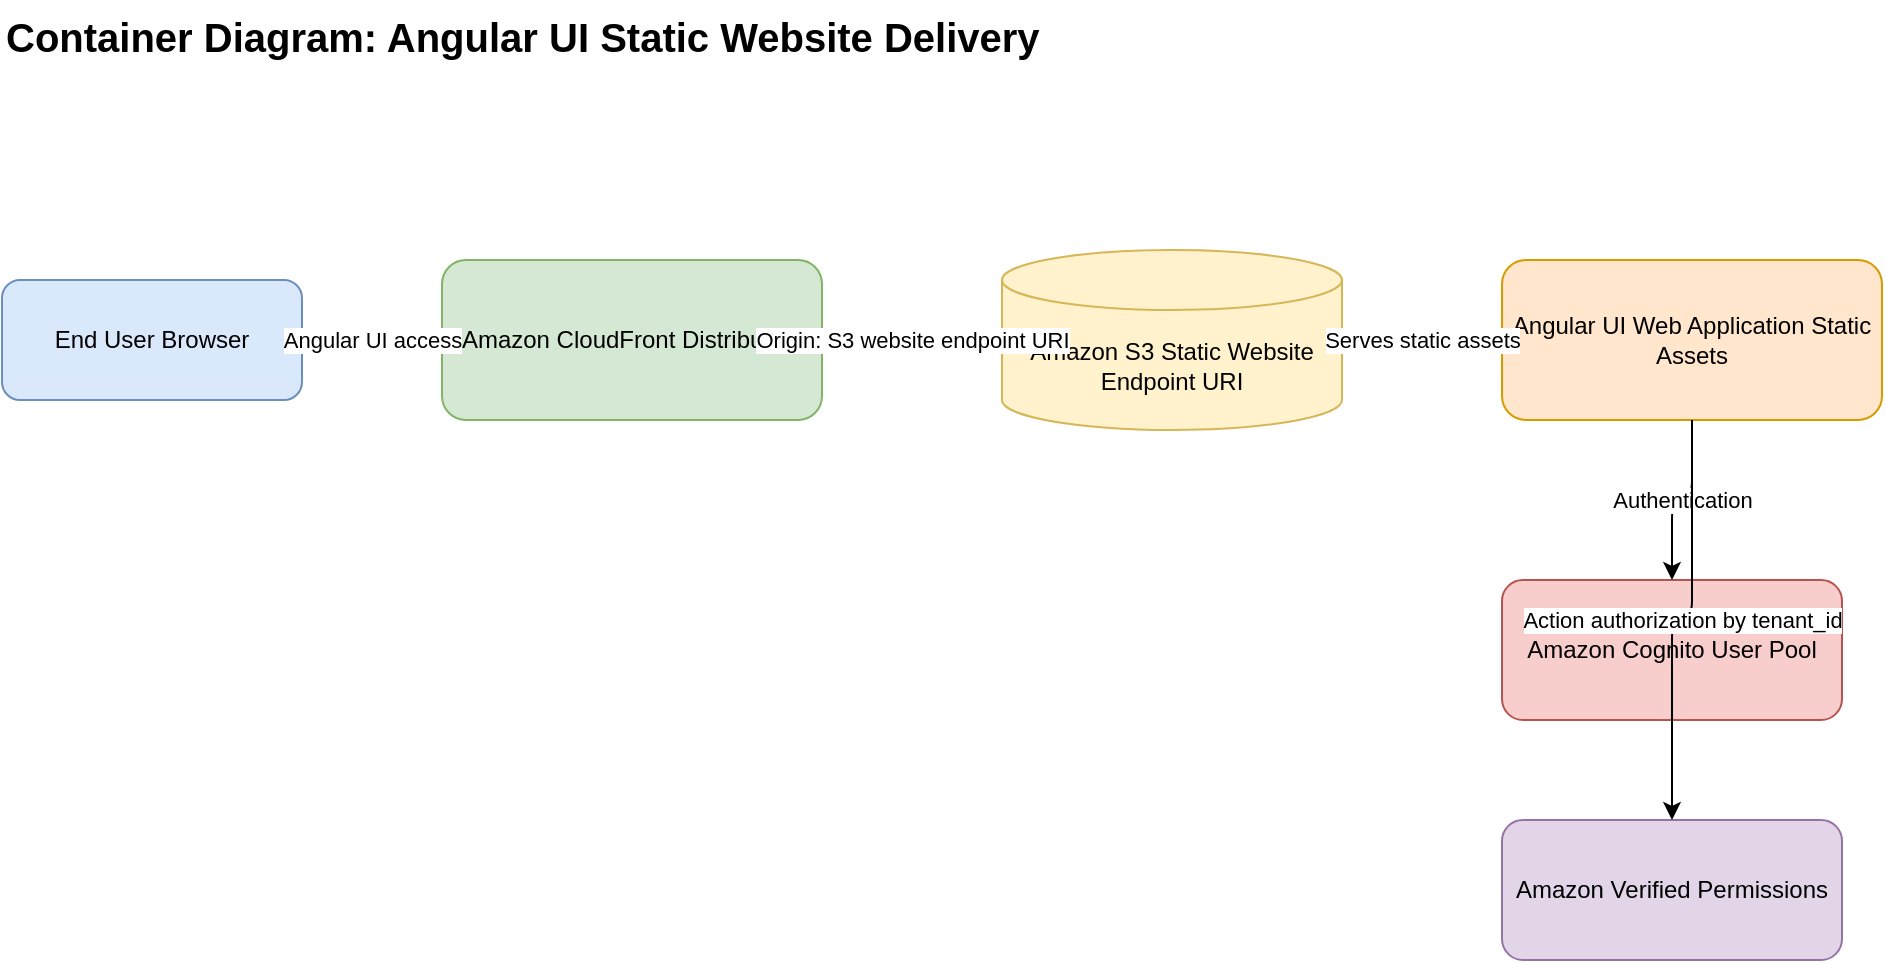
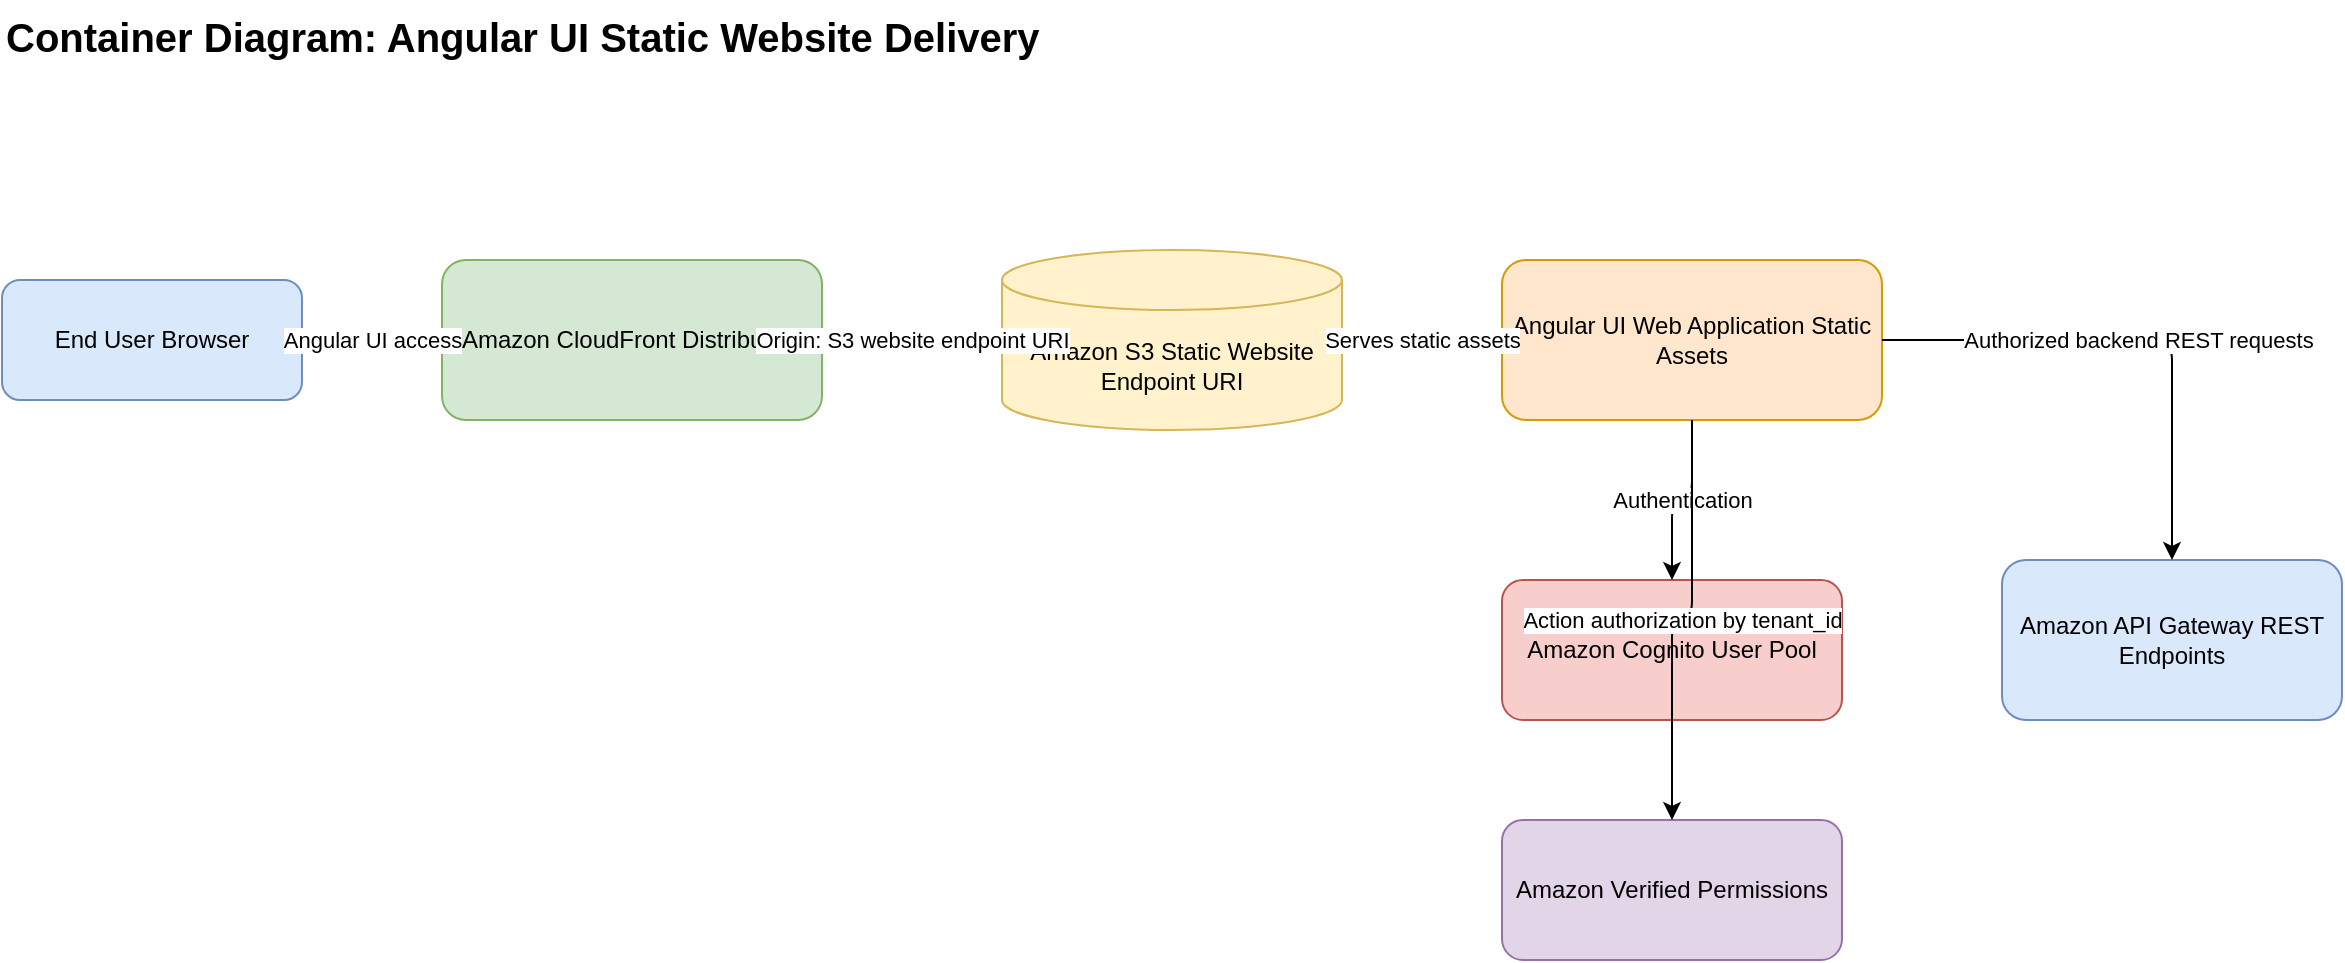
<mxGraphModel dx="1200" dy="800" grid="1" gridSize="10" guides="1" tooltips="1" connect="1" arrows="1" fold="1" page="1" pageScale="1" pageWidth="1200" pageHeight="850" math="0" shadow="0" adaptiveColors="auto">
  <root>
    <mxCell id="0"/>
    <mxCell id="1" parent="0"/>
    <mxCell id="title" value="Container Diagram: Angular UI Static Website Delivery" style="text;html=1;fontSize=20;fontStyle=1;strokeColor=none;fillColor=none;" vertex="1" parent="1">
      <mxGeometry x="40" y="20" width="600" height="40" as="geometry"/>
    </mxCell>
    <mxCell id="user" value="End User Browser" style="rounded=1;whiteSpace=wrap;html=1;fillColor=#dae8fc;strokeColor=#6c8ebf;" vertex="1" parent="1">
      <mxGeometry x="40" y="160" width="150" height="60" as="geometry"/>
    </mxCell>
    <mxCell id="cloudfront" value="Amazon CloudFront Distribution" style="rounded=1;whiteSpace=wrap;html=1;fillColor=#d5e8d4;strokeColor=#82b366;" vertex="1" parent="1">
      <mxGeometry x="260" y="150" width="190" height="80" as="geometry"/>
    </mxCell>
    <mxCell id="s3" value="Amazon S3 Static Website Endpoint URI" style="shape=cylinder3;whiteSpace=wrap;html=1;boundedLbl=1;backgroundOutline=1;size=15;fillColor=#fff2cc;strokeColor=#d6b656;" vertex="1" parent="1">
      <mxGeometry x="540" y="145" width="170" height="90" as="geometry"/>
    </mxCell>
    <mxCell id="angular" value="Angular UI Web Application Static Assets" style="rounded=1;whiteSpace=wrap;html=1;fillColor=#ffe6cc;strokeColor=#d79b00;" vertex="1" parent="1">
      <mxGeometry x="790" y="150" width="190" height="80" as="geometry"/>
    </mxCell>
    <mxCell id="cognito" value="Amazon Cognito User Pool" style="rounded=1;whiteSpace=wrap;html=1;fillColor=#f8cecc;strokeColor=#b85450;" vertex="1" parent="1">
      <mxGeometry x="790" y="310" width="170" height="70" as="geometry"/>
    </mxCell>
    <mxCell id="avp" value="Amazon Verified Permissions" style="rounded=1;whiteSpace=wrap;html=1;fillColor=#e1d5e7;strokeColor=#9673a6;" vertex="1" parent="1">
      <mxGeometry x="790" y="430" width="170" height="70" as="geometry"/>
    </mxCell>
+     <mxCell id="apigw" value="Amazon API Gateway REST Endpoints" style="rounded=1;whiteSpace=wrap;html=1;fillColor=#dae8fc;strokeColor=#6c8ebf;" vertex="1" parent="1">
+       <mxGeometry x="1040" y="300" width="170" height="80" as="geometry"/>
+     </mxCell>
    <mxCell id="e1" value="Angular UI access" style="edgeStyle=orthogonalEdgeStyle;rounded=1;html=1;endArrow=classic;" edge="1" parent="1" source="user" target="cloudfront">
      <mxGeometry relative="1" as="geometry"/>
    </mxCell>
    <mxCell id="e2" value="Origin: S3 website endpoint URI" style="edgeStyle=orthogonalEdgeStyle;rounded=1;html=1;endArrow=classic;" edge="1" parent="1" source="cloudfront" target="s3">
      <mxGeometry relative="1" as="geometry"/>
    </mxCell>
    <mxCell id="e3" value="Serves static assets" style="edgeStyle=orthogonalEdgeStyle;rounded=1;html=1;endArrow=classic;" edge="1" parent="1" source="s3" target="angular">
      <mxGeometry relative="1" as="geometry"/>
    </mxCell>
    <mxCell id="e4" value="Authentication" style="edgeStyle=orthogonalEdgeStyle;rounded=1;html=1;endArrow=classic;" edge="1" parent="1" source="angular" target="cognito">
      <mxGeometry relative="1" as="geometry"/>
    </mxCell>
    <mxCell id="e5" value="Action authorization by tenant_id" style="edgeStyle=orthogonalEdgeStyle;rounded=1;html=1;endArrow=classic;" edge="1" parent="1" source="angular" target="avp">
      <mxGeometry relative="1" as="geometry"/>
    </mxCell>
+     <mxCell id="e6" value="Authorized backend REST requests" style="edgeStyle=orthogonalEdgeStyle;rounded=1;html=1;endArrow=classic;" edge="1" parent="1" source="angular" target="apigw">
+       <mxGeometry relative="1" as="geometry"/>
+     </mxCell>
  </root>
</mxGraphModel>
